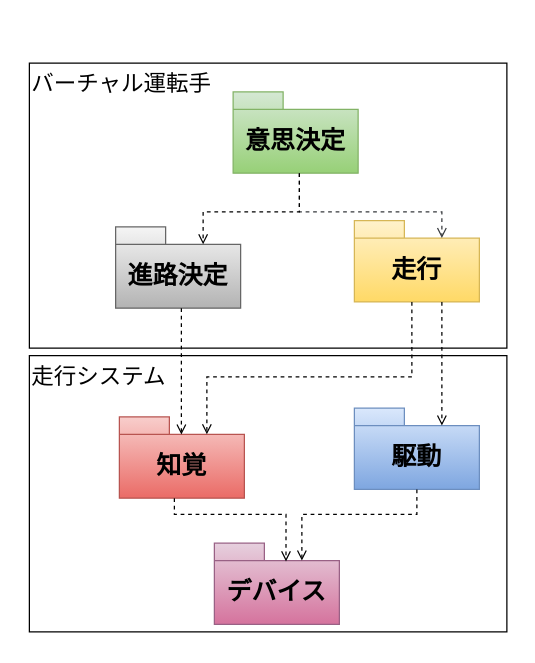
Earlier version of the draw.io diagram model/素材/3.1.1_パッケージ図.drawio (miyoshiyuu-systena/tenarobo-primary-mil-2025). Source tidied: cells renumbered, new cells numbered last; positions are measured from the earlier drawing's top-left corner, leaving out a move shared by most shapes. Both pictures are drawn from the tidied source at 125%, with x=0, y=0 at pixel (29, 62).
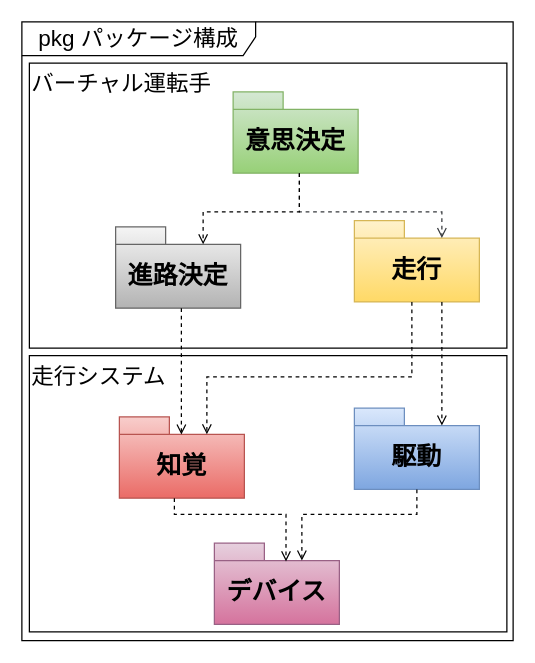
After the change.

What changed in the source:
```diff
@@
+    <mxCell id="17" value="pkg パッケージ構成" style="shape=umlFrame;whiteSpace=wrap;html=1;width=187;height=27;fontSize=18;" parent="1" vertex="1">
+      <mxGeometry x="-6" y="-33" width="393" height="495" as="geometry" />
+    </mxCell>
```
